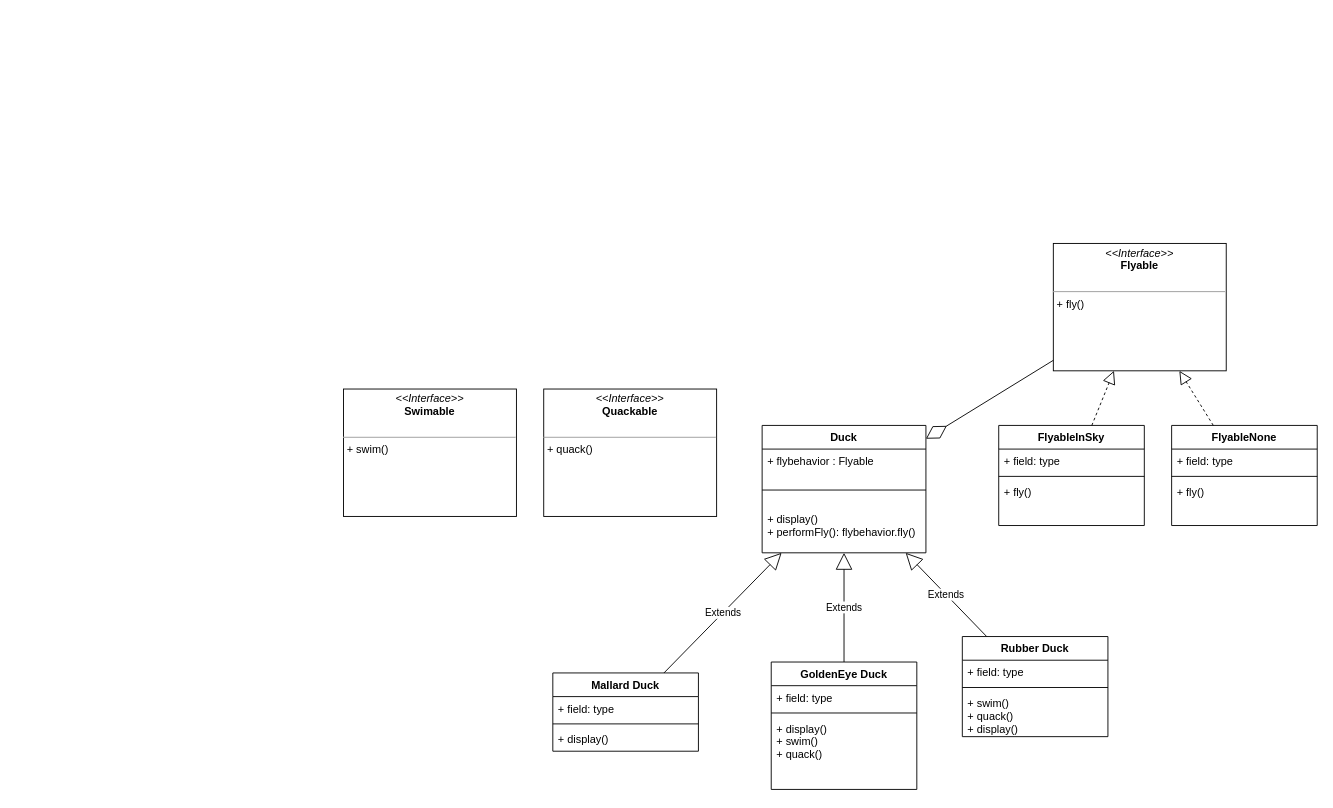
This is bird.drawio from argonaultes-epsi-auxerre/architecture-applicative-i1-2025, a draw.io file, before an edit. Source tidied: cells renumbered, new cells numbered last; positions are measured from the earlier drawing's top-left corner, leaving out a move shared by most shapes. Both pictures are drawn from the tidied source at 91%, with x=0, y=0 at pixel (343, 243).
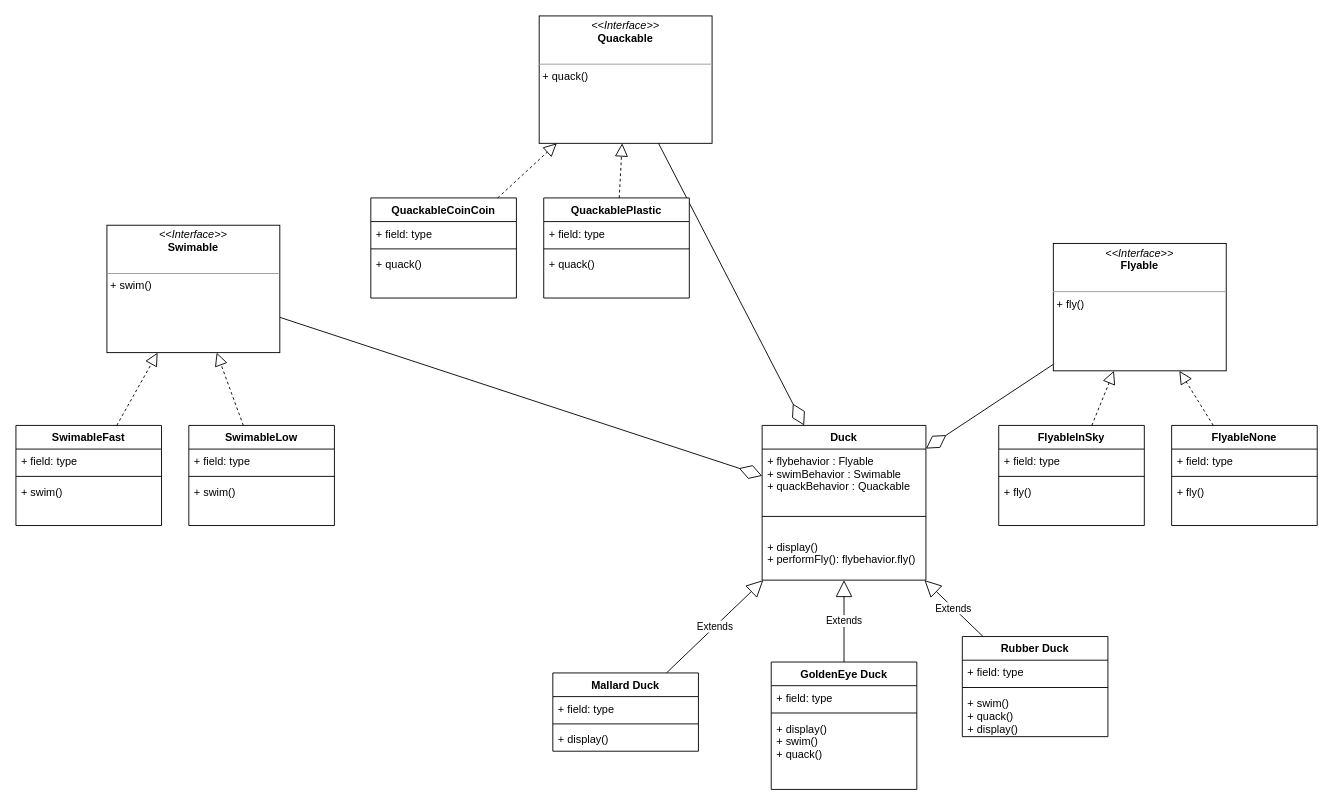
The same page after the edit.

Commit message:
strategy design pattern

Change to the diagram source:
```diff
@@
     <mxCell id="18" value="&lt;p style=&quot;margin:0px;margin-top:4px;text-align:center;&quot;&gt;&lt;i&gt;&amp;lt;&amp;lt;Interface&amp;gt;&amp;gt;&lt;/i&gt;&lt;br&gt;&lt;b&gt;Quackable&lt;/b&gt;&lt;/p&gt;&lt;p style=&quot;margin:0px;margin-left:4px;&quot;&gt;&lt;br&gt;&lt;/p&gt;&lt;hr size=&quot;1&quot;&gt;&lt;p style=&quot;margin:0px;margin-left:4px;&quot;&gt;+ quack()&lt;/p&gt;" style="verticalAlign=top;align=left;overflow=fill;fontSize=12;fontFamily=Helvetica;html=1;" parent="1" vertex="1">
-      <mxGeometry x="220" y="160" width="190" height="140" as="geometry" />
+      <mxGeometry x="215" y="-250" width="190" height="140" as="geometry" />
     </mxCell>
     <mxCell id="19" value="&lt;p style=&quot;margin:0px;margin-top:4px;text-align:center;&quot;&gt;&lt;i&gt;&amp;lt;&amp;lt;Interface&amp;gt;&amp;gt;&lt;/i&gt;&lt;br&gt;&lt;b&gt;Swimable&lt;/b&gt;&lt;/p&gt;&lt;p style=&quot;margin:0px;margin-left:4px;&quot;&gt;&lt;br&gt;&lt;/p&gt;&lt;hr size=&quot;1&quot;&gt;&lt;p style=&quot;margin:0px;margin-left:4px;&quot;&gt;+ swim()&lt;/p&gt;" style="verticalAlign=top;align=left;overflow=fill;fontSize=12;fontFamily=Helvetica;html=1;" parent="1" vertex="1">
-      <mxGeometry y="160" width="190" height="140" as="geometry" />
+      <mxGeometry x="-260" y="-20" width="190" height="140" as="geometry" />
     </mxCell>
@@
     <mxCell id="30" value="Duck" style="swimlane;fontStyle=1;align=center;verticalAlign=top;horizontal=1;startSize=26;" parent="1" vertex="1">
-      <mxGeometry x="460" y="200" width="180" height="140" as="geometry" />
+      <mxGeometry x="460" y="200" width="180" height="170" as="geometry" />
     </mxCell>
-    <mxCell id="31" value="+ flybehavior : Flyable" style="text;strokeColor=none;fillColor=none;align=left;verticalAlign=top;spacingLeft=4;spacingRight=4;overflow=hidden;" parent="30" vertex="1">
-      <mxGeometry y="26" width="180" height="26" as="geometry" />
+    <mxCell id="31" value="+ flybehavior : Flyable&#10;+ swimBehavior : Swimable&#10;+ quackBehavior : Quackable" style="text;strokeColor=none;fillColor=none;align=left;verticalAlign=top;spacingLeft=4;spacingRight=4;overflow=hidden;" parent="30" vertex="1">
+      <mxGeometry y="26" width="180" height="54" as="geometry" />
     </mxCell>
     <mxCell id="32" style="line;strokeWidth=1;fillColor=none;align=left;verticalAlign=middle;spacingTop=-1;spacingLeft=3;spacingRight=3;labelPosition=right;strokeColor=inherit;" parent="30" vertex="1">
-      <mxGeometry y="52" width="180" height="38" as="geometry" />
+      <mxGeometry y="80" width="180" height="40" as="geometry" />
     </mxCell>
     <mxCell id="33" value="+ display()&#10;+ performFly(): flybehavior.fly()" style="text;strokeColor=none;fillColor=none;align=left;verticalAlign=top;spacingLeft=4;spacingRight=4;overflow=hidden;" parent="30" vertex="1">
-      <mxGeometry y="90" width="180" height="50" as="geometry" />
+      <mxGeometry y="120" width="180" height="50" as="geometry" />
     </mxCell>
@@
+    <mxCell id="35" style="endArrow=diamondThin;endFill=0;endSize=24;html=1;" parent="1" edge="1" source="18" target="30">
+      <mxGeometry relative="1" as="geometry" />
+    </mxCell>
+    <mxCell id="36" style="endArrow=diamondThin;endFill=0;endSize=24;html=1;" parent="1" edge="1" source="19" target="30">
+      <mxGeometry relative="1" as="geometry" />
+    </mxCell>
+    <mxCell id="37" value="SwimableFast" style="swimlane;fontStyle=1;align=center;verticalAlign=top;horizontal=1;startSize=26;" parent="1" vertex="1">
+      <mxGeometry x="-360" y="200" width="160" height="110" as="geometry" />
+    </mxCell>
+    <mxCell id="38" value="+ field: type" style="text;strokeColor=none;fillColor=none;align=left;verticalAlign=top;spacingLeft=4;spacingRight=4;overflow=hidden;" parent="37" vertex="1">
+      <mxGeometry y="26" width="160" height="26" as="geometry" />
+    </mxCell>
+    <mxCell id="39" style="line;strokeWidth=1;fillColor=none;align=left;verticalAlign=middle;spacingTop=-1;spacingLeft=3;spacingRight=3;labelPosition=right;strokeColor=inherit;" parent="37" vertex="1">
+      <mxGeometry y="52" width="160" height="8" as="geometry" />
+    </mxCell>
+    <mxCell id="40" value="+ swim()" style="text;strokeColor=none;fillColor=none;align=left;verticalAlign=top;spacingLeft=4;spacingRight=4;overflow=hidden;" parent="37" vertex="1">
+      <mxGeometry y="60" width="160" height="50" as="geometry" />
+    </mxCell>
+    <mxCell id="41" value="SwimableLow" style="swimlane;fontStyle=1;align=center;verticalAlign=top;horizontal=1;startSize=26;" parent="1" vertex="1">
+      <mxGeometry x="-170" y="200" width="160" height="110" as="geometry" />
+    </mxCell>
+    <mxCell id="42" value="+ field: type" style="text;strokeColor=none;fillColor=none;align=left;verticalAlign=top;spacingLeft=4;spacingRight=4;overflow=hidden;" parent="41" vertex="1">
+      <mxGeometry y="26" width="160" height="26" as="geometry" />
+    </mxCell>
+    <mxCell id="43" style="line;strokeWidth=1;fillColor=none;align=left;verticalAlign=middle;spacingTop=-1;spacingLeft=3;spacingRight=3;labelPosition=right;strokeColor=inherit;" parent="41" vertex="1">
+      <mxGeometry y="52" width="160" height="8" as="geometry" />
+    </mxCell>
+    <mxCell id="44" value="+ swim()" style="text;strokeColor=none;fillColor=none;align=left;verticalAlign=top;spacingLeft=4;spacingRight=4;overflow=hidden;" parent="41" vertex="1">
+      <mxGeometry y="60" width="160" height="50" as="geometry" />
+    </mxCell>
+    <mxCell id="45" value="QuackableCoinCoin" style="swimlane;fontStyle=1;align=center;verticalAlign=top;horizontal=1;startSize=26;" parent="1" vertex="1">
+      <mxGeometry x="30" y="-50" width="160" height="110" as="geometry" />
+    </mxCell>
+    <mxCell id="46" value="+ field: type" style="text;strokeColor=none;fillColor=none;align=left;verticalAlign=top;spacingLeft=4;spacingRight=4;overflow=hidden;" parent="45" vertex="1">
+      <mxGeometry y="26" width="160" height="26" as="geometry" />
+    </mxCell>
+    <mxCell id="47" style="line;strokeWidth=1;fillColor=none;align=left;verticalAlign=middle;spacingTop=-1;spacingLeft=3;spacingRight=3;labelPosition=right;strokeColor=inherit;" parent="45" vertex="1">
+      <mxGeometry y="52" width="160" height="8" as="geometry" />
+    </mxCell>
+    <mxCell id="48" value="+ quack()" style="text;strokeColor=none;fillColor=none;align=left;verticalAlign=top;spacingLeft=4;spacingRight=4;overflow=hidden;" parent="45" vertex="1">
+      <mxGeometry y="60" width="160" height="50" as="geometry" />
+    </mxCell>
+    <mxCell id="49" value="QuackablePlastic" style="swimlane;fontStyle=1;align=center;verticalAlign=top;horizontal=1;startSize=26;" parent="1" vertex="1">
+      <mxGeometry x="220" y="-50" width="160" height="110" as="geometry" />
+    </mxCell>
+    <mxCell id="50" value="+ field: type" style="text;strokeColor=none;fillColor=none;align=left;verticalAlign=top;spacingLeft=4;spacingRight=4;overflow=hidden;" parent="49" vertex="1">
+      <mxGeometry y="26" width="160" height="26" as="geometry" />
+    </mxCell>
+    <mxCell id="51" style="line;strokeWidth=1;fillColor=none;align=left;verticalAlign=middle;spacingTop=-1;spacingLeft=3;spacingRight=3;labelPosition=right;strokeColor=inherit;" parent="49" vertex="1">
+      <mxGeometry y="52" width="160" height="8" as="geometry" />
+    </mxCell>
+    <mxCell id="52" value="+ quack()" style="text;strokeColor=none;fillColor=none;align=left;verticalAlign=top;spacingLeft=4;spacingRight=4;overflow=hidden;" parent="49" vertex="1">
+      <mxGeometry y="60" width="160" height="50" as="geometry" />
+    </mxCell>
+    <mxCell id="53" style="endArrow=block;dashed=1;endFill=0;endSize=12;html=1;" parent="1" edge="1" source="45" target="18">
+      <mxGeometry relative="1" as="geometry" />
+    </mxCell>
+    <mxCell id="54" style="endArrow=block;dashed=1;endFill=0;endSize=12;html=1;" parent="1" edge="1" source="49" target="18">
+      <mxGeometry relative="1" as="geometry" />
+    </mxCell>
+    <mxCell id="55" style="endArrow=block;dashed=1;endFill=0;endSize=12;html=1;" parent="1" edge="1" source="37" target="19">
+      <mxGeometry relative="1" as="geometry" />
+    </mxCell>
+    <mxCell id="56" style="endArrow=block;dashed=1;endFill=0;endSize=12;html=1;" parent="1" edge="1" source="41" target="19">
+      <mxGeometry relative="1" as="geometry" />
+    </mxCell>
```
